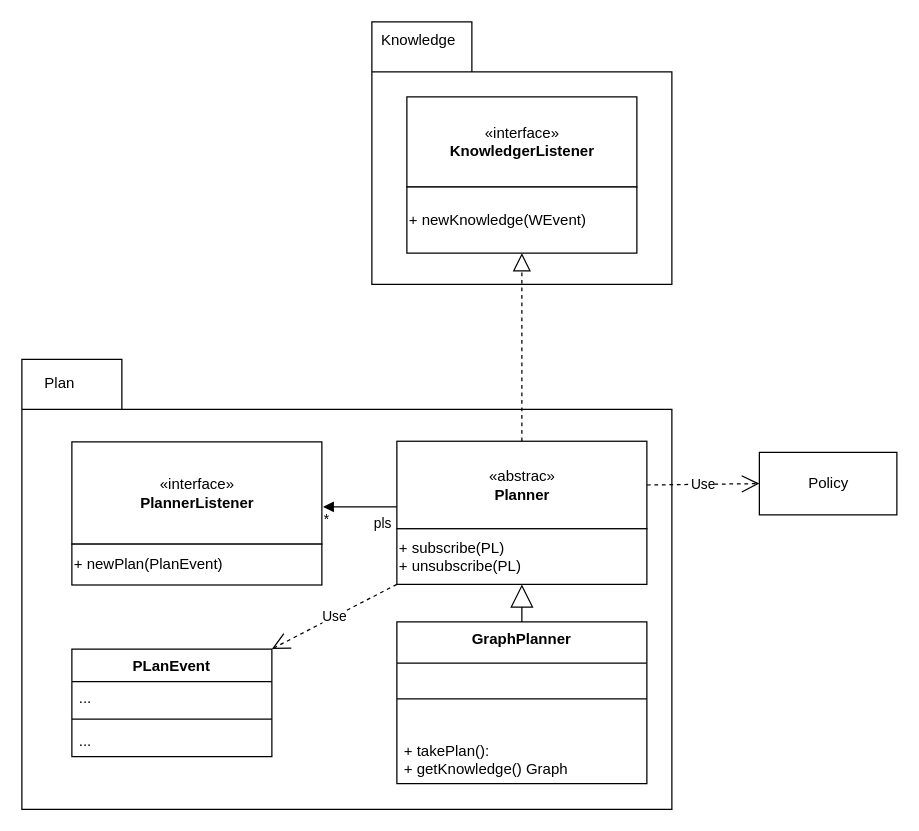
Above: fig/drawio/static_model_KP.drawio in Sylv-Lej/thesis-separation-concerns (draw.io), before the change. Source tidied: cells renumbered, new cells numbered last; positions are measured from the earlier drawing's top-left corner, leaving out a move shared by most shapes. Both pictures are drawn from the tidied source at 125%, with x=0, y=0 at pixel (21, 21).
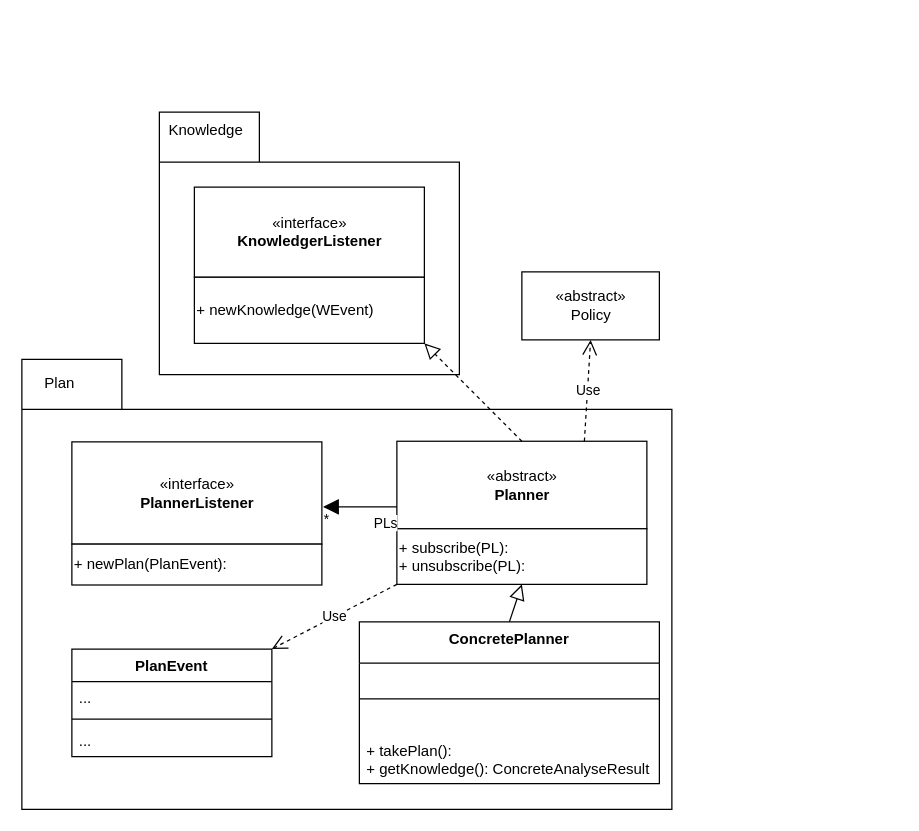
The same diagram, later.

Unchanged cells that the change refers to:
```xml
<mxCell id="7" value="+ newKnowledge(WEvent)" style="html=1;align=left;" parent="5" vertex="1">
  <mxGeometry y="72.1" width="184" height="52.9" as="geometry" />
</mxCell>
<mxCell id="15" style="group;" parent="1" vertex="1">
  <mxGeometry x="300" y="335.5" width="200" height="114.5" as="geometry" />
</mxCell>
<mxCell id="20" style="group;" parent="1" vertex="1">
  <mxGeometry x="40" y="336" width="200" height="114.5" as="geometry" />
</mxCell>
<mxCell id="21" value="«interface»&lt;br&gt;&lt;span style=&quot;font-weight: 700&quot;&gt;PlannerListener&lt;/span&gt;" style="html=1;" parent="20" vertex="1">
  <mxGeometry width="200" height="81.8" as="geometry" />
</mxCell>
```

Diff of the diagram source:
```diff
@@
     <mxCell id="2" style="group;" parent="1" vertex="1">
-      <mxGeometry x="280" width="240" height="210" as="geometry" />
+      <mxGeometry x="110" y="72.2" width="240" height="210" as="geometry" />
     </mxCell>
@@
-    <mxCell id="12" value="GraphPlanner" style="swimlane;fontStyle=1;align=center;verticalAlign=top;horizontal=1;startSize=33;" parent="1" vertex="1">
-      <mxGeometry x="300" y="480" width="200" height="129.4" as="geometry" />
+    <mxCell id="12" value="ConcretePlanner" style="swimlane;fontStyle=1;align=center;verticalAlign=top;horizontal=1;startSize=33;" parent="1" vertex="1">
+      <mxGeometry x="270" y="480" width="240" height="129.4" as="geometry" />
     </mxCell>
     <mxCell id="13" style="line;strokeWidth=1;fillColor=none;align=left;verticalAlign=middle;spacingTop=-1;spacingLeft=3;spacingRight=3;labelPosition=right;" parent="12" vertex="1">
-      <mxGeometry y="33" width="200" height="57" as="geometry" />
+      <mxGeometry y="33" width="240" height="57" as="geometry" />
     </mxCell>
-    <mxCell id="14" value="+ takePlan():&#10;+ getKnowledge() Graph" style="text;strokeColor=none;fillColor=none;align=left;verticalAlign=top;spacingLeft=4;spacingRight=4;overflow=hidden;" parent="12" vertex="1">
-      <mxGeometry y="90" width="200" height="39.4" as="geometry" />
+    <mxCell id="14" value="+ takePlan():&#10;+ getKnowledge(): ConcreteAnalyseResult" style="text;strokeColor=none;fillColor=none;align=left;verticalAlign=top;spacingLeft=4;spacingRight=4;overflow=hidden;" parent="12" vertex="1">
+      <mxGeometry y="90" width="240" height="39.4" as="geometry" />
     </mxCell>
@@
-    <mxCell id="16" value="«abstrac»&lt;br&gt;&lt;span style=&quot;font-weight: 700&quot;&gt;Planner&lt;/span&gt;" style="html=1;" parent="15" vertex="1">
+    <mxCell id="16" value="«abstract»&lt;br&gt;&lt;span style=&quot;font-weight: 700&quot;&gt;Planner&lt;/span&gt;" style="html=1;" parent="15" vertex="1">
       <mxGeometry width="200" height="70" as="geometry" />
     </mxCell>
-    <mxCell id="17" value="+ subscribe(PL)&lt;br&gt;+ unsubscribe(PL)" style="html=1;align=left;" parent="15" vertex="1">
+    <mxCell id="17" value="+ subscribe(PL):&lt;br&gt;+ unsubscribe(PL):" style="html=1;align=left;" parent="15" vertex="1">
       <mxGeometry y="70" width="200" height="44.5" as="geometry" />
     </mxCell>
-    <mxCell id="18" value="Policy" style="html=1;" parent="1" vertex="1">
-      <mxGeometry x="590" y="344.4" width="110" height="50" as="geometry" />
+    <mxCell id="18" value="«abstract»&lt;br&gt;Policy" style="html=1;" parent="1" vertex="1">
+      <mxGeometry x="400" y="200" width="110" height="54.4" as="geometry" />
     </mxCell>
-    <mxCell id="19" value="Use" style="endArrow=open;endSize=12;dashed=1;html=1;rounded=0;exitX=1;exitY=0.5;exitDx=0;exitDy=0;entryX=0;entryY=0.5;entryDx=0;entryDy=0;" parent="1" edge="1" source="16" target="18">
+    <mxCell id="19" value="Use" style="endArrow=open;endSize=10;dashed=1;html=1;rounded=0;exitX=0.75;exitY=0;exitDx=0;exitDy=0;entryX=0.5;entryY=1;entryDx=0;entryDy=0;" parent="1" edge="1" source="16" target="18">
       <mxGeometry relative="1" as="geometry" />
     </mxCell>
@@
-    <mxCell id="22" value="+ newPlan(PlanEvent)" style="html=1;align=left;" parent="20" vertex="1">
+    <mxCell id="22" value="+ newPlan(PlanEvent):" style="html=1;align=left;" parent="20" vertex="1">
       <mxGeometry y="81.8" width="200" height="32.7" as="geometry" />
     </mxCell>
-    <mxCell id="23" style="endArrow=block;dashed=1;endFill=0;endSize=12;html=1;rounded=0;exitX=0.5;exitY=0;exitDx=0;exitDy=0;entryX=0.5;entryY=1;entryDx=0;entryDy=0;" parent="1" edge="1" source="16" target="7">
+    <mxCell id="23" style="endArrow=block;dashed=1;endFill=0;endSize=10;html=1;rounded=0;exitX=0.5;exitY=0;exitDx=0;exitDy=0;entryX=1;entryY=1;entryDx=0;entryDy=0;" parent="1" edge="1" source="16" target="7">
       <mxGeometry relative="1" as="geometry" />
     </mxCell>
-    <mxCell id="24" style="endArrow=block;endSize=16;endFill=0;html=1;rounded=0;exitX=0.5;exitY=0;exitDx=0;exitDy=0;entryX=0.5;entryY=1;entryDx=0;entryDy=0;" parent="1" edge="1" source="12" target="17">
+    <mxCell id="24" style="endArrow=block;endSize=10;endFill=0;html=1;rounded=0;exitX=0.5;exitY=0;exitDx=0;exitDy=0;entryX=0.5;entryY=1;entryDx=0;entryDy=0;" parent="1" edge="1" source="12" target="17">
       <mxGeometry relative="1" as="geometry" />
     </mxCell>
-    <mxCell id="25" value="pls" style="endArrow=block;endFill=1;html=1;edgeStyle=orthogonalEdgeStyle;align=left;verticalAlign=top;rounded=0;exitX=0;exitY=0.75;exitDx=0;exitDy=0;entryX=1.005;entryY=0.636;entryDx=0;entryDy=0;entryPerimeter=0;" parent="1" edge="1" source="16" target="21">
+    <mxCell id="25" value="PLs" style="endArrow=block;endFill=1;html=1;edgeStyle=orthogonalEdgeStyle;align=left;verticalAlign=top;rounded=0;exitX=0;exitY=0.75;exitDx=0;exitDy=0;entryX=1.005;entryY=0.636;entryDx=0;entryDy=0;entryPerimeter=0;endSize=10;" parent="1" edge="1" source="16" target="21">
       <mxGeometry x="-0.32" relative="1" as="geometry" />
     </mxCell>
@@
-    <mxCell id="27" value="PLanEvent" style="swimlane;fontStyle=1;align=center;verticalAlign=top;horizontal=1;startSize=26;" parent="1" vertex="1">
+    <mxCell id="27" value="PlanEvent" style="swimlane;fontStyle=1;align=center;verticalAlign=top;horizontal=1;startSize=26;" parent="1" vertex="1">
       <mxGeometry x="40" y="501.7" width="160" height="86" as="geometry" />
     </mxCell>
@@
-    <mxCell id="31" value="Use" style="endArrow=open;endSize=12;dashed=1;html=1;rounded=0;exitX=0;exitY=1;exitDx=0;exitDy=0;entryX=1;entryY=0;entryDx=0;entryDy=0;" parent="1" edge="1" source="17" target="27">
+    <mxCell id="31" value="Use" style="endArrow=open;endSize=10;dashed=1;html=1;rounded=0;exitX=0;exitY=1;exitDx=0;exitDy=0;entryX=1;entryY=0;entryDx=0;entryDy=0;" parent="1" edge="1" source="17" target="27">
       <mxGeometry relative="1" as="geometry" />
     </mxCell>
```
